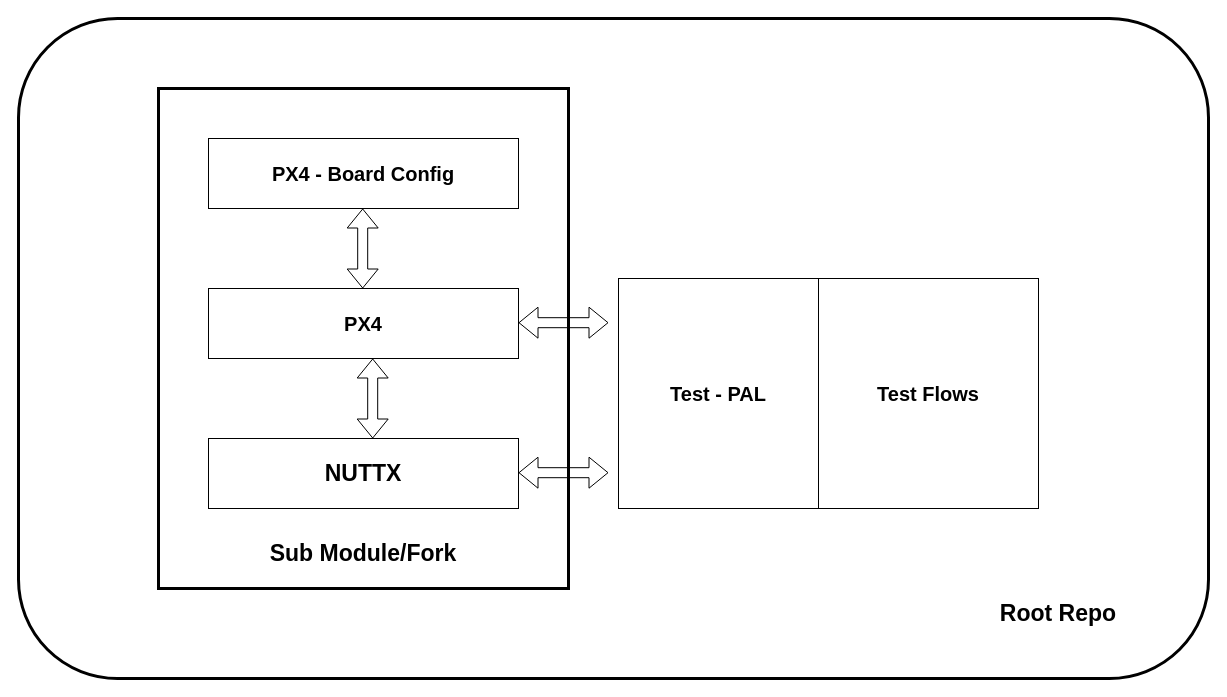
The draw.io diagram page "Sub Module" (1 of 2) of DRW_WF.drawio in g-rahul/ST-SRC-Autopilot, before the edit. Source tidied: cells renumbered, new cells numbered last; positions are measured from the earlier drawing's top-left corner, leaving out a move shared by most shapes. Both pictures are drawn from the tidied source at 100%, with x=0, y=0 at pixel (18, 18).
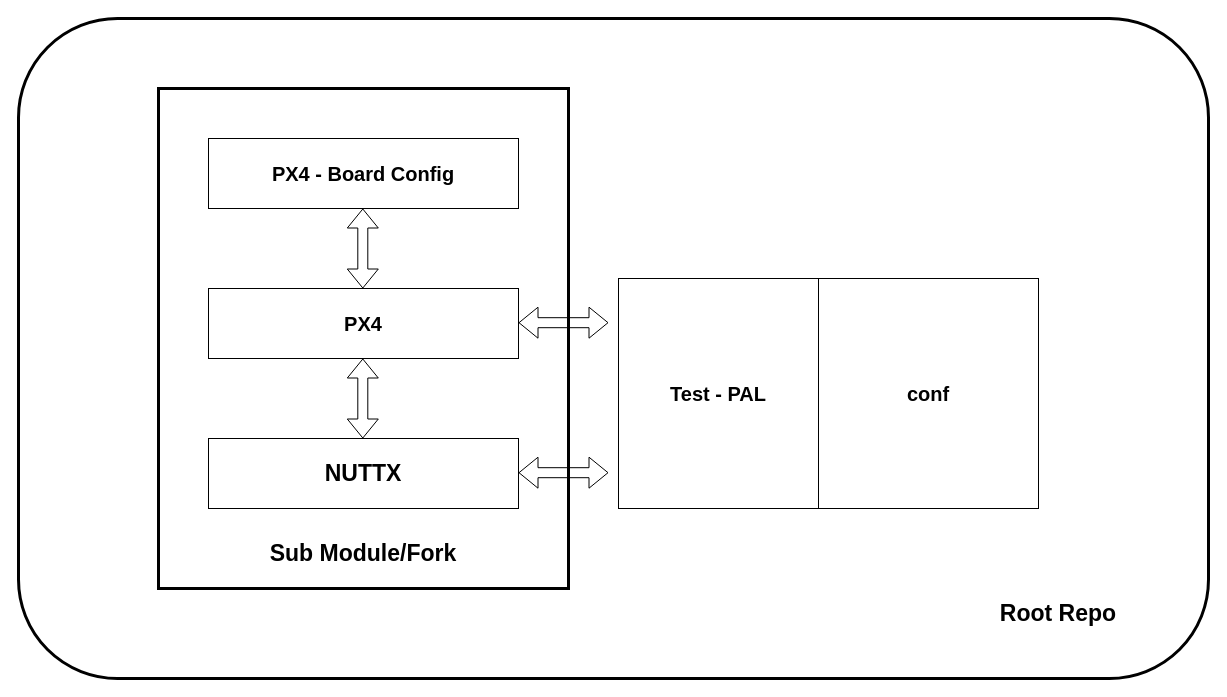
Above is the later version.

Change to the diagram source:
```diff
@@
 <mxGraphModel>
   <root>
     <mxCell id="0" />
     <mxCell id="1" parent="0" />
     <mxCell id="2" style="rounded=1;whiteSpace=wrap;html=1;strokeWidth=3;fillColor=none;" parent="1" vertex="1">
       <mxGeometry width="1190" height="660" as="geometry" />
     </mxCell>
     <mxCell id="3" style="rounded=0;whiteSpace=wrap;html=1;strokeWidth=3;fillColor=none;" parent="1" vertex="1">
       <mxGeometry x="140" y="70" width="410" height="500" as="geometry" />
     </mxCell>
     <mxCell id="4" value="&lt;font size=&quot;1&quot; style=&quot;&quot;&gt;&lt;b style=&quot;font-size: 23px;&quot;&gt;NUTTX&lt;/b&gt;&lt;/font&gt;" style="rounded=0;whiteSpace=wrap;html=1;" parent="1" vertex="1">
       <mxGeometry x="190" y="420" width="310" height="70" as="geometry" />
     </mxCell>
     <mxCell id="5" value="&lt;font style=&quot;font-size: 20px;&quot;&gt;&lt;b&gt;PX4&lt;/b&gt;&lt;/font&gt;" style="rounded=0;whiteSpace=wrap;html=1;" parent="1" vertex="1">
       <mxGeometry x="190" y="270" width="310" height="70" as="geometry" />
     </mxCell>
-    <mxCell id="6" value="&lt;font style=&quot;font-size: 20px;&quot;&gt;&lt;b&gt;Test Flows&lt;/b&gt;&lt;/font&gt;" style="rounded=0;whiteSpace=wrap;html=1;" parent="1" vertex="1">
+    <mxCell id="6" value="&lt;font style=&quot;font-size: 20px;&quot;&gt;&lt;b&gt;conf&lt;/b&gt;&lt;/font&gt;" style="rounded=0;whiteSpace=wrap;html=1;" parent="1" vertex="1">
       <mxGeometry x="800" y="260" width="220" height="230" as="geometry" />
     </mxCell>
     <mxCell id="7" value="&lt;span style=&quot;font-size: 20px;&quot;&gt;&lt;b&gt;Test - PAL&lt;/b&gt;&lt;/span&gt;" style="rounded=0;whiteSpace=wrap;html=1;" parent="1" vertex="1">
       <mxGeometry x="600" y="260" width="200" height="230" as="geometry" />
     </mxCell>
     <mxCell id="8" style="shape=flexArrow;endArrow=classic;startArrow=classic;html=1;rounded=0;" parent="1" edge="1">
       <mxGeometry relative="1" as="geometry">
-        <mxPoint x="354.2" y="420" as="sourcePoint" />
-        <mxPoint x="354.2" y="340" as="targetPoint" />
+        <mxPoint x="344.3" y="420" as="sourcePoint" />
+        <mxPoint x="344.3" y="340" as="targetPoint" />
       </mxGeometry>
     </mxCell>
     <mxCell id="9" value="&lt;font style=&quot;font-size: 20px;&quot;&gt;&lt;b&gt;PX4 - Board Config&lt;/b&gt;&lt;/font&gt;" style="rounded=0;whiteSpace=wrap;html=1;" parent="1" vertex="1">
       <mxGeometry x="190" y="120" width="310" height="70" as="geometry" />
     </mxCell>
     <mxCell id="10" style="shape=flexArrow;endArrow=classic;startArrow=classic;html=1;rounded=0;" parent="1" edge="1">
       <mxGeometry relative="1" as="geometry">
-        <mxPoint x="344.2" y="270" as="sourcePoint" />
-        <mxPoint x="344.2" y="190" as="targetPoint" />
+        <mxPoint x="344.3" y="270" as="sourcePoint" />
+        <mxPoint x="344.3" y="190" as="targetPoint" />
       </mxGeometry>
     </mxCell>
     <mxCell id="11" style="shape=flexArrow;endArrow=classic;startArrow=classic;html=1;rounded=0;" parent="1" edge="1">
       <mxGeometry relative="1" as="geometry">
         <mxPoint x="590" y="454.2" as="sourcePoint" />
         <mxPoint x="500" y="454.2" as="targetPoint" />
       </mxGeometry>
     </mxCell>
     <mxCell id="12" style="shape=flexArrow;endArrow=classic;startArrow=classic;html=1;rounded=0;" parent="1" edge="1">
       <mxGeometry relative="1" as="geometry">
         <mxPoint x="590" y="304.2" as="sourcePoint" />
         <mxPoint x="500" y="304.2" as="targetPoint" />
       </mxGeometry>
     </mxCell>
     <mxCell id="13" value="&lt;font style=&quot;font-size: 23px;&quot;&gt;&lt;b&gt;Sub Module/Fork&lt;/b&gt;&lt;/font&gt;" style="text;html=1;strokeColor=none;fillColor=none;align=center;verticalAlign=middle;whiteSpace=wrap;rounded=0;" parent="1" vertex="1">
       <mxGeometry x="235" y="520" width="220" height="30" as="geometry" />
     </mxCell>
     <mxCell id="14" value="&lt;span style=&quot;font-size: 23px;&quot;&gt;&lt;b&gt;Root Repo&lt;/b&gt;&lt;/span&gt;" style="text;html=1;strokeColor=none;fillColor=none;align=center;verticalAlign=middle;whiteSpace=wrap;rounded=0;" parent="1" vertex="1">
       <mxGeometry x="930" y="580" width="220" height="30" as="geometry" />
     </mxCell>
   </root>
 </mxGraphModel>
```
